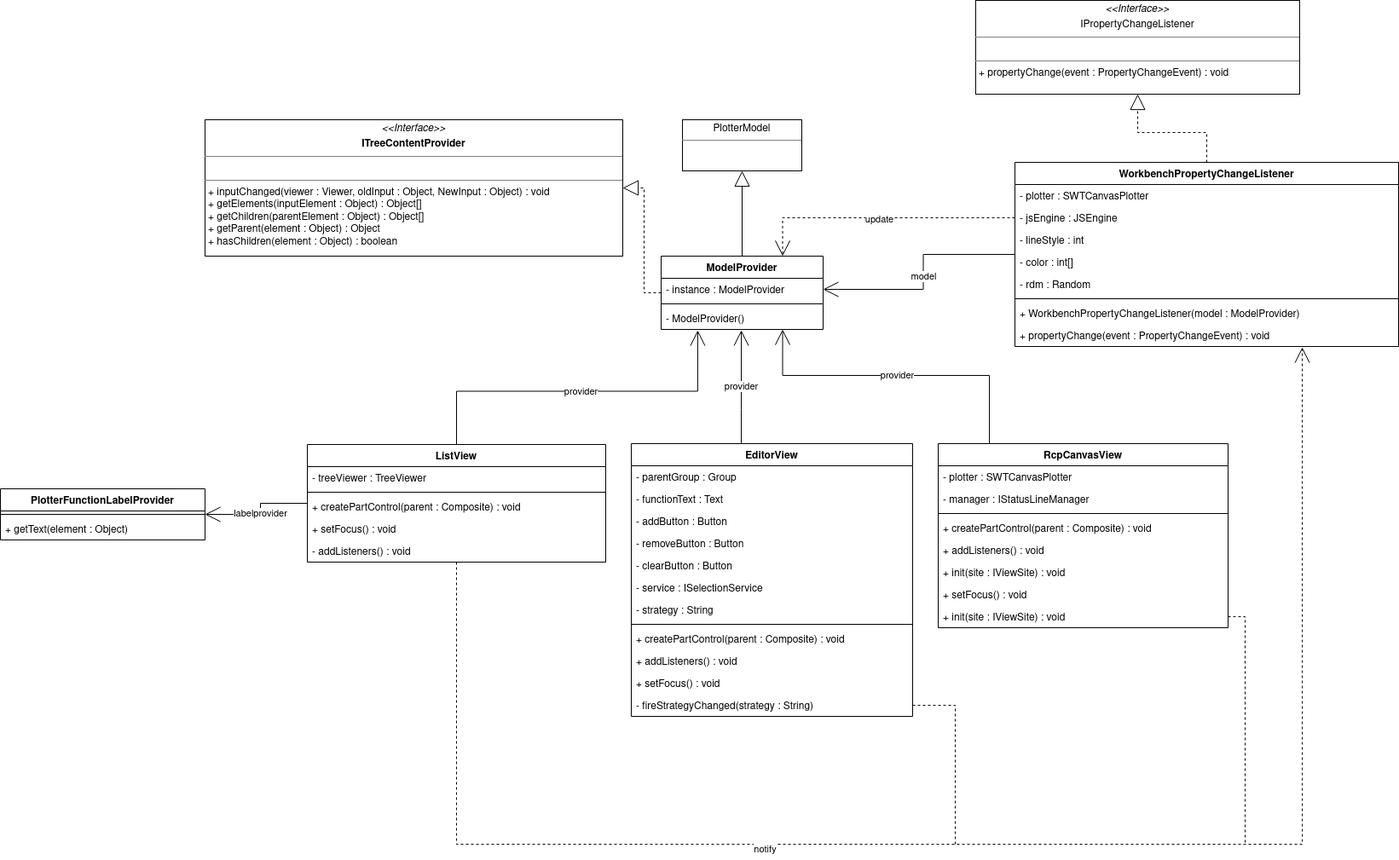
Before: SWT-rcpplotter.drawio.png, a diagram exported from draw.io (souhar400/object-oriented-systems). Source tidied: cells renumbered, new cells last; positions are measured from the earlier drawing's top-left corner, leaving out a move shared by most shapes.
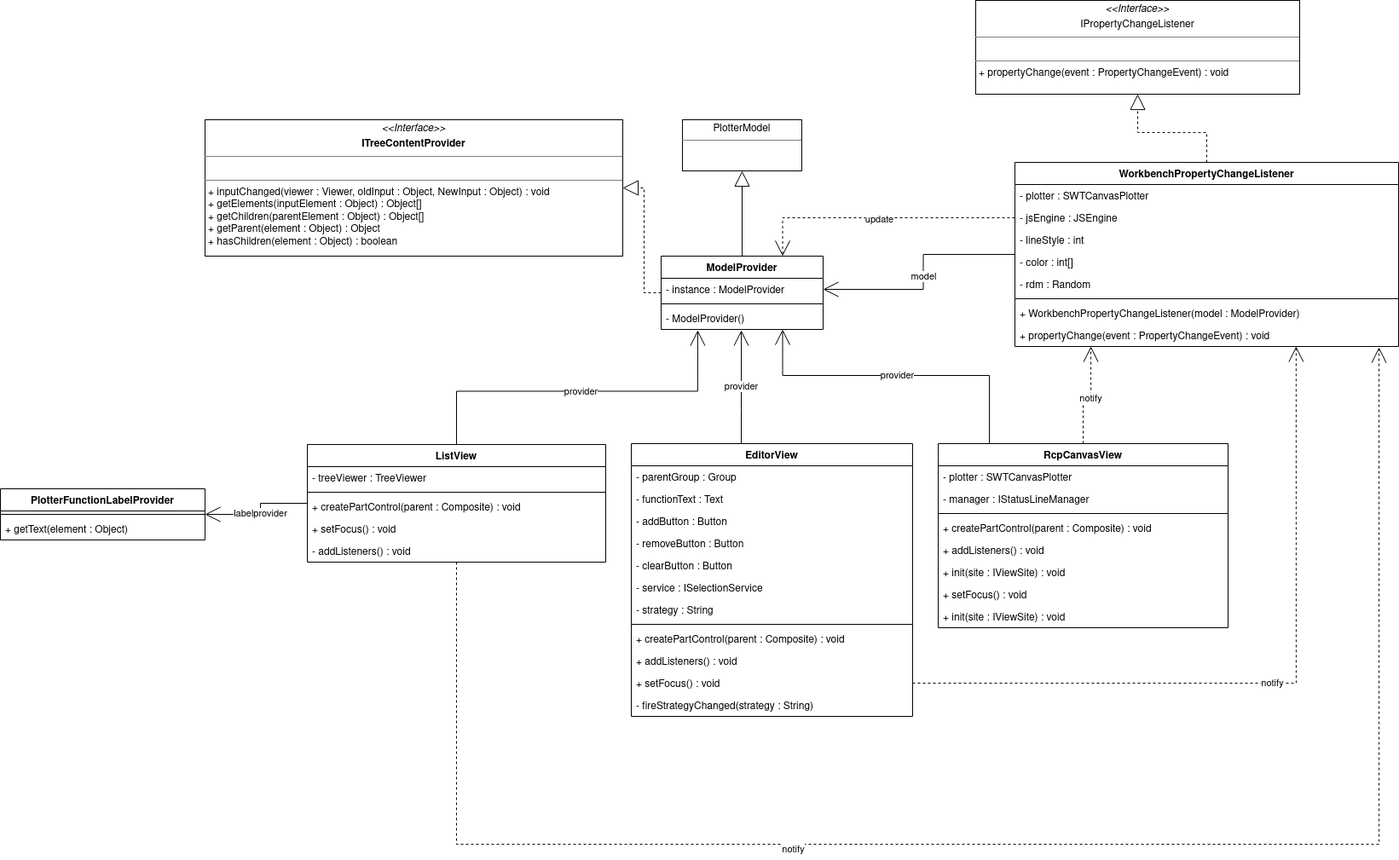
After the commit.

The edit, as a diff of the source:
```diff
@@ -5,11 +5,11 @@
     <mxCell id="2" value="labelprovider" style="edgeStyle=orthogonalEdgeStyle;rounded=0;jettySize=auto;html=1;entryX=1;entryY=0.5;entryDx=0;entryDy=0;startArrow=none;startFill=0;endArrow=open;endFill=0;startSize=16;endSize=16;" parent="1" edge="1" source="6" target="44">
       <mxGeometry relative="1" as="geometry" />
     </mxCell>
-    <mxCell id="3" style="edgeStyle=orthogonalEdgeStyle;rounded=0;jettySize=auto;html=1;entryX=0.749;entryY=1.038;entryDx=0;entryDy=0;entryPerimeter=0;dashed=1;startArrow=none;startFill=0;endArrow=open;endFill=0;startSize=16;endSize=16;" parent="1" edge="1" source="6" target="57">
+    <mxCell id="3" style="edgeStyle=orthogonalEdgeStyle;rounded=0;jettySize=auto;html=1;entryX=0.949;entryY=1.038;entryDx=0;entryDy=0;entryPerimeter=0;dashed=1;startArrow=none;startFill=0;endArrow=open;endFill=0;startSize=16;endSize=16;" parent="1" edge="1" source="6" target="57">
       <mxGeometry relative="1" as="geometry">
         <Array as="points">
           <mxPoint x="535" y="990" />
-          <mxPoint x="1527" y="990" />
+          <mxPoint x="1617" y="990" />
         </Array>
       </mxGeometry>
     </mxCell>
@@ -45,6 +45,9 @@
         </Array>
       </mxGeometry>
     </mxCell>
+    <mxCell id="64" value="notify" style="edgeStyle=orthogonalEdgeStyle;rounded=0;jettySize=auto;html=1;entryX=0.198;entryY=1;entryDx=0;entryDy=0;entryPerimeter=0;endArrow=open;endFill=0;endSize=16;dashed=1;startSize=6;" parent="1" edge="1" source="13" target="57">
+      <mxGeometry relative="1" as="geometry" />
+    </mxCell>
     <mxCell id="13" value="RcpCanvasView" style="swimlane;fontStyle=1;align=center;verticalAlign=top;horizontal=1;startSize=26;" parent="1" vertex="1">
       <mxGeometry x="1100" y="520" width="340" height="216" as="geometry" />
     </mxCell>
@@ -201,18 +204,11 @@
     <mxCell id="60" value="update" style="edgeLabel;html=1;align=center;verticalAlign=middle;" parent="59" vertex="1">
       <mxGeometry x="0.01" y="1" relative="1" as="geometry" />
     </mxCell>
-    <mxCell id="61" style="edgeStyle=orthogonalEdgeStyle;rounded=0;jettySize=auto;html=1;dashed=1;startArrow=none;startFill=0;endArrow=none;endFill=0;startSize=16;endSize=16;" parent="1" edge="1" source="35">
-      <mxGeometry relative="1" as="geometry">
-        <mxPoint x="1120" y="990" as="targetPoint" />
-      </mxGeometry>
-    </mxCell>
-    <mxCell id="62" style="edgeStyle=orthogonalEdgeStyle;rounded=0;jettySize=auto;html=1;dashed=1;startArrow=none;startFill=0;endArrow=none;endFill=0;startSize=16;endSize=16;" parent="1" edge="1" source="21">
-      <mxGeometry relative="1" as="geometry">
-        <mxPoint x="1460" y="990" as="targetPoint" />
-      </mxGeometry>
-    </mxCell>
     <mxCell id="63" value="&amp;nbsp;" style="text;whiteSpace=wrap;html=1;" parent="1" vertex="1">
       <mxGeometry x="260" y="430" width="30" height="30" as="geometry" />
     </mxCell>
+    <mxCell id="65" value="notify" style="edgeStyle=orthogonalEdgeStyle;rounded=0;jettySize=auto;html=1;entryX=0.733;entryY=1;entryDx=0;entryDy=0;entryPerimeter=0;dashed=1;endArrow=open;endFill=0;startSize=6;endSize=16;" parent="1" edge="1" source="34" target="57">
+      <mxGeometry relative="1" as="geometry" />
+    </mxCell>
   </root>
 </mxGraphModel>
```
